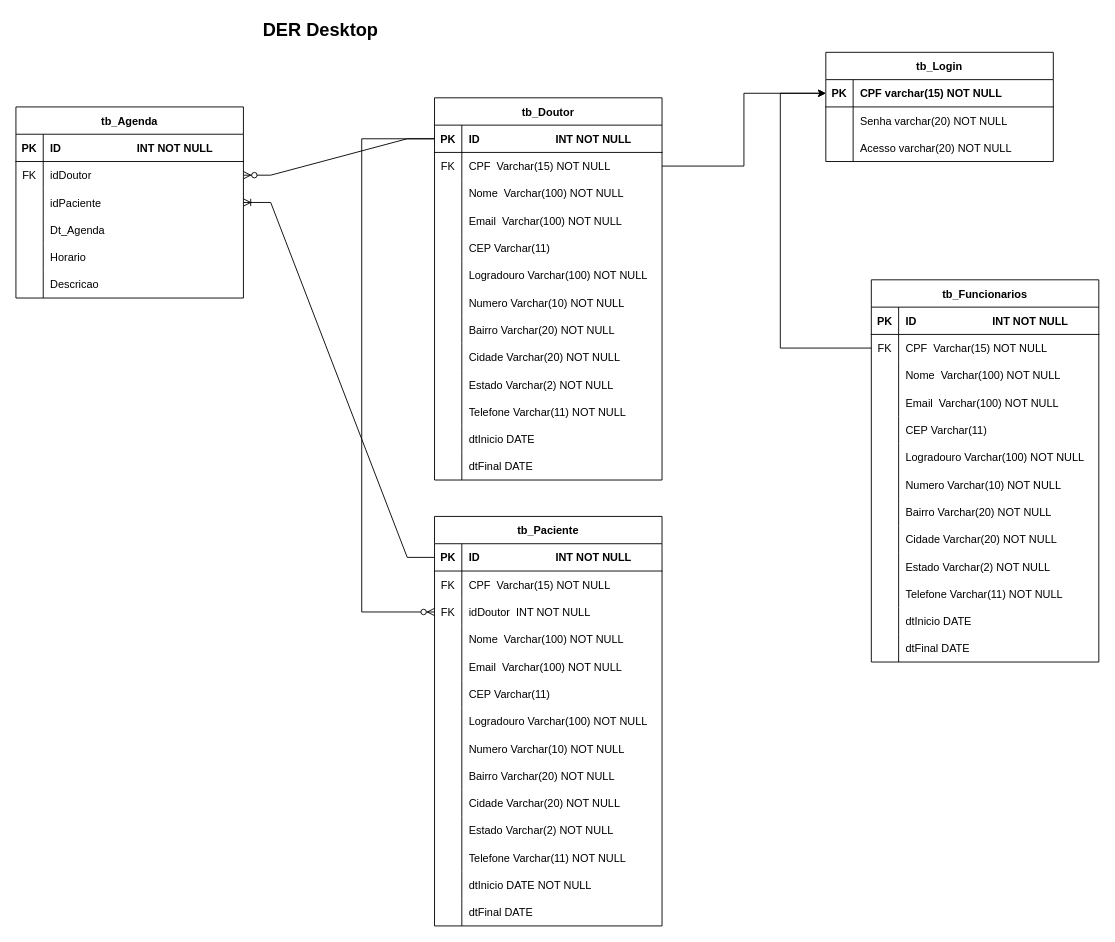
Above: DER.drawio in Tavares264/Project_PccFit (draw.io), before the change. Source tidied: cells renumbered, new cells numbered last; positions are measured from the earlier drawing's top-left corner, leaving out a move shared by most shapes. Both pictures are drawn from the tidied source at 91%, with x=0, y=0 at pixel (15, 15).
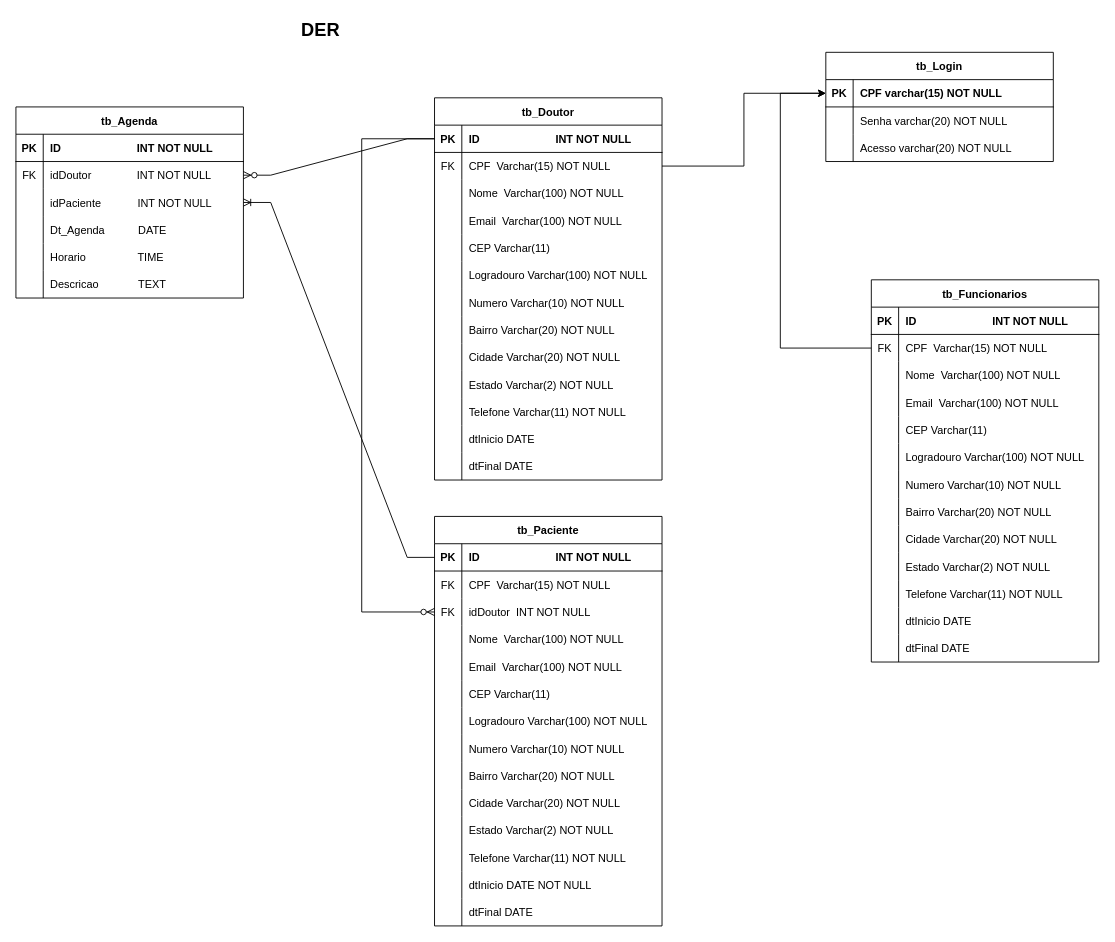
After the change.

Unchanged cells that the change refers to:
```xml
<mxCell id="60" style="shape=partialRectangle;fillColor=none;points=[[0,0.5],[1,0.5]];portConstraint=eastwest;top=0;left=0;right=0;bottom=0;" parent="56" vertex="1">
  <mxGeometry y="60" width="250" height="30" as="geometry" />
</mxCell>
<mxCell id="63" style="shape=partialRectangle;fillColor=none;points=[[0,0.5],[1,0.5]];portConstraint=eastwest;top=0;left=0;right=0;bottom=0;" parent="56" vertex="1">
  <mxGeometry y="90" width="250" height="30" as="geometry" />
</mxCell>
<mxCell id="66" style="shape=partialRectangle;fillColor=none;top=0;left=0;right=0;bottom=0;" parent="56" vertex="1">
  <mxGeometry y="120" width="250" height="30" as="geometry" />
</mxCell>
<mxCell id="69" style="shape=partialRectangle;fillColor=none;top=0;left=0;right=0;bottom=0;" parent="56" vertex="1">
  <mxGeometry y="150" width="250" height="30" as="geometry" />
</mxCell>
<mxCell id="72" style="shape=partialRectangle;fillColor=none;top=0;left=0;right=0;bottom=0;" parent="56" vertex="1">
  <mxGeometry y="180" width="250" height="30" as="geometry" />
</mxCell>
```

The edit, as a diff of the source:
```diff
@@
-    <mxCell id="55" value="&lt;b&gt;&lt;font style=&quot;font-size: 20px&quot;&gt;DER Desktop&lt;/font&gt;&lt;/b&gt;" style="text;html=1;strokeColor=none;fillColor=none;align=center;verticalAlign=middle;whiteSpace=wrap;rounded=0;" parent="1" vertex="1">
+    <mxCell id="55" value="&lt;b&gt;&lt;font style=&quot;font-size: 20px&quot;&gt;DER&lt;/font&gt;&lt;/b&gt;" style="text;html=1;strokeColor=none;fillColor=none;align=center;verticalAlign=middle;whiteSpace=wrap;rounded=0;" parent="1" vertex="1">
       <mxGeometry x="170" width="330" height="30" as="geometry" />
     </mxCell>
@@
-    <mxCell id="62" value="idDoutor" style="shape=partialRectangle;overflow=hidden;fillColor=none;top=0;left=0;bottom=0;right=0;align=left;spacingLeft=6;" parent="60" vertex="1">
+    <mxCell id="62" value="idDoutor               INT NOT NULL" style="shape=partialRectangle;overflow=hidden;fillColor=none;top=0;left=0;bottom=0;right=0;align=left;spacingLeft=6;" parent="60" vertex="1">
       <mxGeometry x="30" width="220" height="30" as="geometry" />
     </mxCell>
@@
-    <mxCell id="65" value="idPaciente" style="shape=partialRectangle;overflow=hidden;fillColor=none;top=0;left=0;bottom=0;right=0;align=left;spacingLeft=6;" parent="63" vertex="1">
+    <mxCell id="65" value="idPaciente            INT NOT NULL" style="shape=partialRectangle;overflow=hidden;fillColor=none;top=0;left=0;bottom=0;right=0;align=left;spacingLeft=6;fontStyle=0;" parent="63" vertex="1">
       <mxGeometry x="30" width="220" height="30" as="geometry" />
     </mxCell>
@@
-    <mxCell id="68" value="Dt_Agenda" style="shape=partialRectangle;overflow=hidden;fillColor=none;top=0;left=0;bottom=0;right=0;align=left;spacingLeft=6;" parent="66" vertex="1">
+    <mxCell id="68" value="Dt_Agenda           DATE" style="shape=partialRectangle;overflow=hidden;fillColor=none;top=0;left=0;bottom=0;right=0;align=left;spacingLeft=6;" parent="66" vertex="1">
       <mxGeometry x="30" width="220" height="30" as="geometry" />
     </mxCell>
@@
-    <mxCell id="71" value="Horario" style="shape=partialRectangle;overflow=hidden;fillColor=none;top=0;left=0;bottom=0;right=0;align=left;spacingLeft=6;" parent="69" vertex="1">
+    <mxCell id="71" value="Horario                 TIME" style="shape=partialRectangle;overflow=hidden;fillColor=none;top=0;left=0;bottom=0;right=0;align=left;spacingLeft=6;" parent="69" vertex="1">
       <mxGeometry x="30" width="220" height="30" as="geometry" />
     </mxCell>
@@
-    <mxCell id="74" value="Descricao" style="shape=partialRectangle;overflow=hidden;fillColor=none;top=0;left=0;bottom=0;right=0;align=left;spacingLeft=6;" parent="72" vertex="1">
+    <mxCell id="74" value="Descricao             TEXT" style="shape=partialRectangle;overflow=hidden;fillColor=none;top=0;left=0;bottom=0;right=0;align=left;spacingLeft=6;" parent="72" vertex="1">
       <mxGeometry x="30" width="220" height="30" as="geometry" />
     </mxCell>
```
